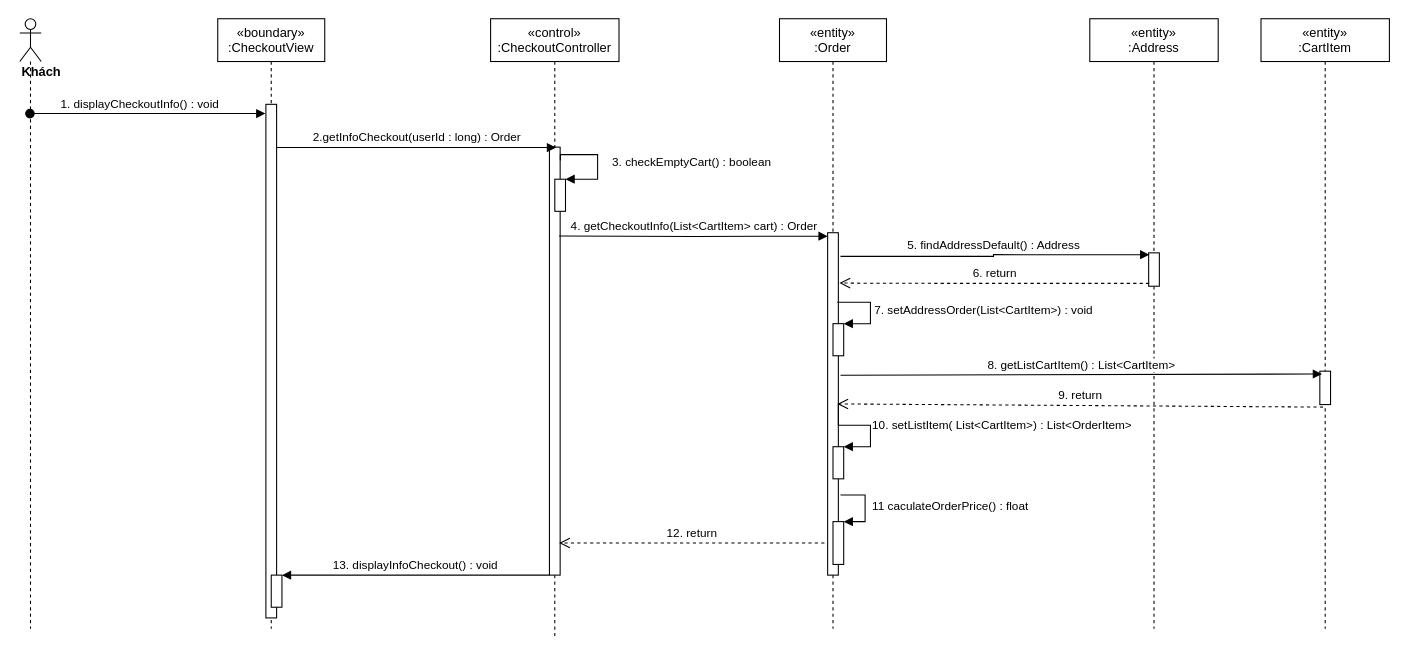
Above: sequence diagram/view-checkout-info-sequence.drawio in nguyenphamvan/datn_20202 (draw.io), before the change. Source tidied: cells renumbered, new cells numbered last; positions are measured from the earlier drawing's top-left corner, leaving out a move shared by most shapes. Both pictures are drawn from the tidied source at 107%, with x=0, y=0 at pixel (19, 18).
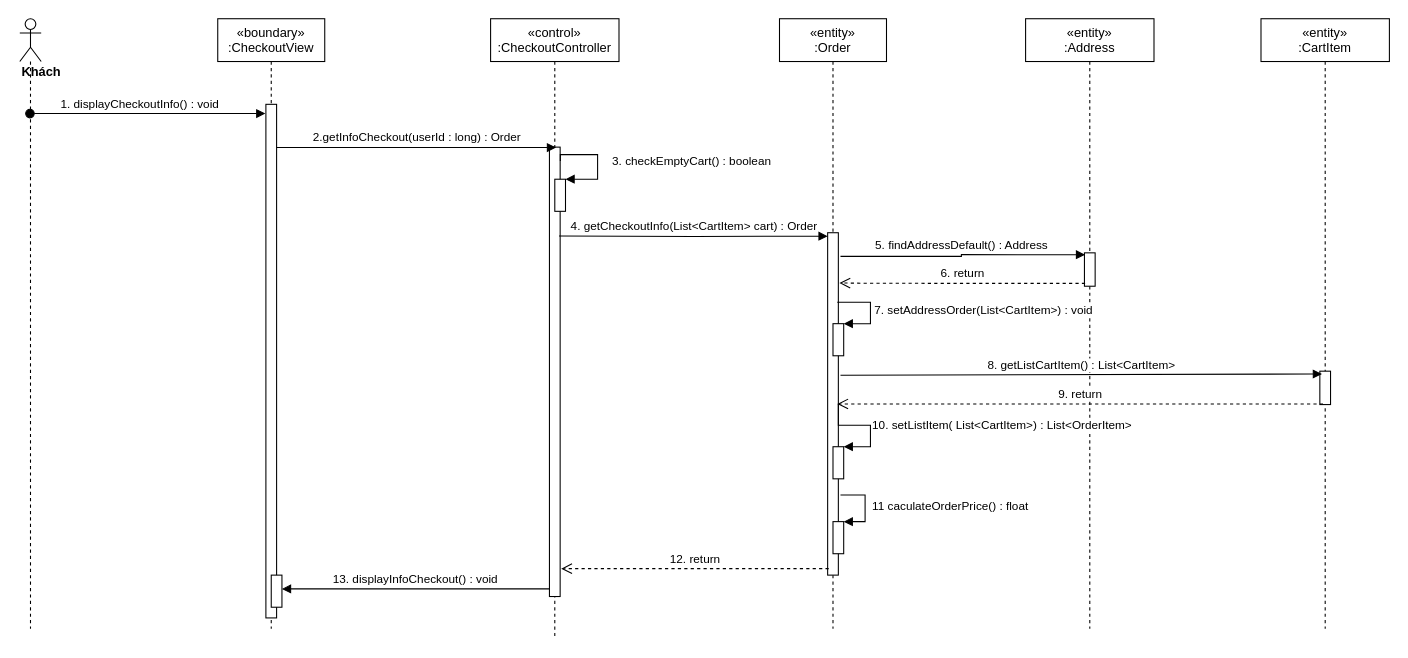
Above is the later version.

The change refers to these unchanged cells:
```xml
<mxCell id="4" style="html=1;points=[];perimeter=orthogonalPerimeter;" parent="2" vertex="1">
  <mxGeometry x="50" y="520" width="10" height="30" as="geometry" />
</mxCell>
<mxCell id="5" value="«control»&#10;:CheckoutController" style="shape=umlLifeline;perimeter=lifelinePerimeter;rounded=0;shadow=0;strokeWidth=1;" parent="1" vertex="1">
  <mxGeometry x="440" width="120" height="580" as="geometry" />
</mxCell>
<mxCell id="12" style="points=[];perimeter=orthogonalPerimeter;rounded=0;shadow=0;strokeWidth=1;" parent="11" vertex="1">
  <mxGeometry x="45" y="200" width="10" height="320" as="geometry" />
</mxCell>
<mxCell id="28" style="points=[];perimeter=orthogonalPerimeter;rounded=0;shadow=0;strokeWidth=1;" parent="27" vertex="1">
  <mxGeometry x="55" y="329.4" width="10" height="31.2" as="geometry" />
</mxCell>
```

The edit, as a diff of the source:
```diff
@@
     <mxCell id="6" style="points=[];perimeter=orthogonalPerimeter;rounded=0;shadow=0;strokeWidth=1;" parent="5" vertex="1">
-      <mxGeometry x="55" y="120" width="10" height="400" as="geometry" />
+      <mxGeometry x="55" y="120" width="10" height="420" as="geometry" />
     </mxCell>
@@
     <mxCell id="14" value="«entity»&#10;:Address" style="shape=umlLifeline;perimeter=lifelinePerimeter;rounded=0;shadow=0;strokeWidth=1;" parent="1" vertex="1">
-      <mxGeometry x="1000" width="120" height="570" as="geometry" />
+      <mxGeometry x="940" width="120" height="570" as="geometry" />
     </mxCell>
@@
-    <mxCell id="16" value="13. displayInfoCheckout() : void" style="verticalAlign=bottom;endArrow=block;shadow=0;strokeWidth=1;" parent="1" edge="1" source="6" target="4">
+    <mxCell id="16" value="13. displayInfoCheckout() : void" style="verticalAlign=bottom;endArrow=block;shadow=0;strokeWidth=1;exitX=0;exitY=0.983;exitDx=0;exitDy=0;exitPerimeter=0;" parent="1" edge="1" source="6" target="4">
       <mxGeometry relative="1" as="geometry" />
     </mxCell>
@@
-    <mxCell id="20" value="12. return" style="html=1;verticalAlign=bottom;endArrow=open;dashed=1;endSize=8;rounded=0;edgeStyle=orthogonalEdgeStyle;" parent="1" edge="1">
-      <mxGeometry relative="1" as="geometry">
-        <mxPoint x="752" y="490" as="sourcePoint" />
-        <mxPoint x="504" y="490" as="targetPoint" />
-      </mxGeometry>
+    <mxCell id="20" value="12. return" style="html=1;verticalAlign=bottom;endArrow=open;dashed=1;endSize=8;rounded=0;edgeStyle=orthogonalEdgeStyle;exitX=0.1;exitY=0.981;exitDx=0;exitDy=0;exitPerimeter=0;entryX=1.1;entryY=0.938;entryDx=0;entryDy=0;entryPerimeter=0;" parent="1" edge="1" source="12" target="6">
+      <mxGeometry relative="1" as="geometry" />
     </mxCell>
@@
     <mxCell id="25" style="html=1;points=[];perimeter=orthogonalPerimeter;" parent="1" vertex="1">
-      <mxGeometry x="760" y="470" width="10" height="40" as="geometry" />
+      <mxGeometry x="760" y="470" width="10" height="30" as="geometry" />
     </mxCell>
@@
-    <mxCell id="30" value="9. return" style="html=1;verticalAlign=bottom;endArrow=open;dashed=1;endSize=8;exitX=0.3;exitY=1.076;exitDx=0;exitDy=0;exitPerimeter=0;entryX=0.9;entryY=0.5;entryDx=0;entryDy=0;entryPerimeter=0;" parent="1" edge="1" source="28" target="12">
-      <mxGeometry relative="1" as="geometry" />
+    <mxCell id="30" value="9. return" style="html=1;verticalAlign=bottom;endArrow=open;dashed=1;endSize=8;entryX=0.9;entryY=0.5;entryDx=0;entryDy=0;entryPerimeter=0;" parent="1" edge="1" target="12">
+      <mxGeometry relative="1" as="geometry">
+        <mxPoint x="1218" y="360" as="sourcePoint" />
+      </mxGeometry>
     </mxCell>
```
